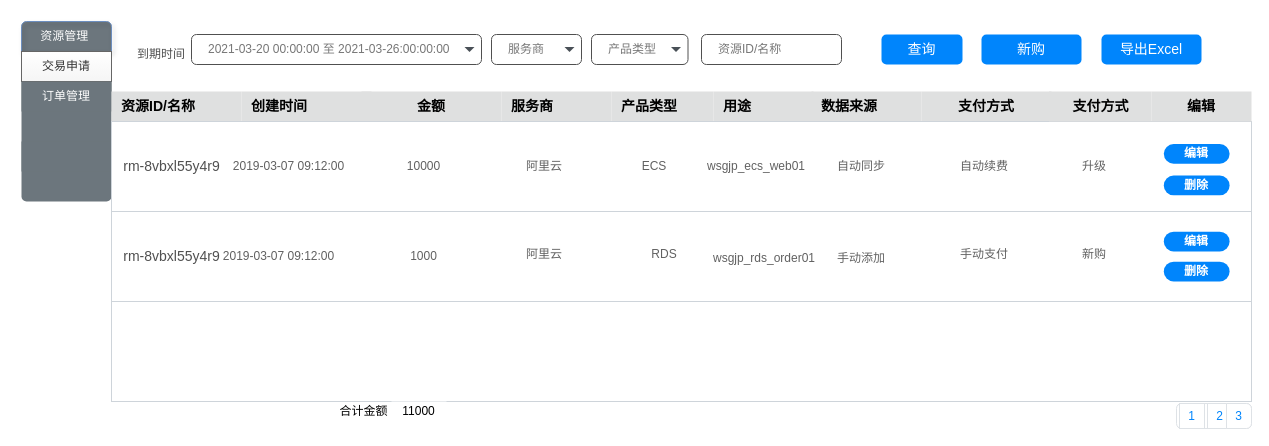
Before: page "第 2 页" (2 of 2) of 阿里云交易.drawio in mashifei/uml, a draw.io diagram. Source tidied: cells renumbered, new cells numbered last; positions are measured from the earlier drawing's top-left corner, leaving out a move shared by most shapes. Both pictures are drawn from the tidied source at 100%, with x=0, y=0 at pixel (21, 21).
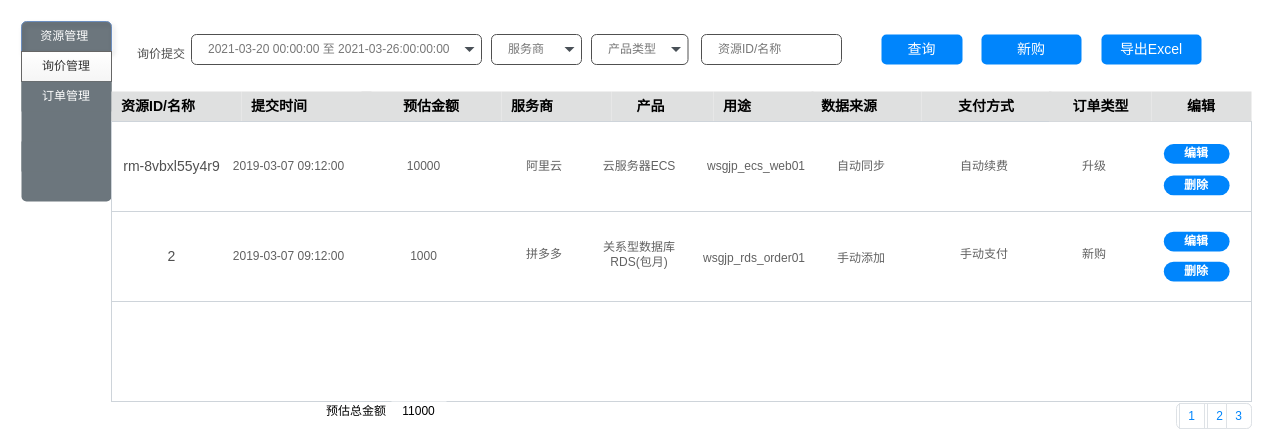
The same diagram, later.

Unchanged cells that the change refers to:
```xml
<mxCell id="2" style="html=1;shadow=0;dashed=0;shape=mxgraph.bootstrap.rrect;rSize=5;strokeColor=none;html=1;whiteSpace=wrap;fillColor=#6C767D;fontColor=#ffffff;" parent="1" vertex="1">
  <mxGeometry width="90" height="180" as="geometry" />
</mxCell>
<mxCell id="15" style="group;" parent="1" vertex="1">
  <mxGeometry x="90" y="100" width="1140" height="90" as="geometry" />
</mxCell>
<mxCell id="32" style="group;" parent="1" vertex="1">
  <mxGeometry x="100" y="10" width="841" height="33" as="geometry" />
</mxCell>
<mxCell id="43" style="group;" parent="1" vertex="1">
  <mxGeometry x="90" y="190" width="1140" height="90" as="geometry" />
</mxCell>
```

Diff of the diagram source:
```diff
@@
-    <mxCell id="4" value="交易申请" style="strokeColor=#666666;fillColor=#f5f5f5;fontColor=#333333;html=1;shadow=0;dashed=0;perimeter=none;whiteSpace=wrap;gradientColor=#ffffff;glass=0;gradientDirection=north;" parent="2" vertex="1">
+    <mxCell id="4" value="询价管理" style="strokeColor=#666666;fillColor=#f5f5f5;fontColor=#333333;html=1;shadow=0;dashed=0;perimeter=none;whiteSpace=wrap;gradientColor=#ffffff;glass=0;gradientDirection=north;" parent="2" vertex="1">
       <mxGeometry width="90" height="30" relative="1" as="geometry">
         <mxPoint y="30" as="offset" />
       </mxGeometry>
     </mxCell>
@@
-    <mxCell id="9" value="创建时间" style="rounded=0;whiteSpace=wrap;html=1;arcSize=50;strokeColor=none;strokeWidth=1;fontColor=#000000;whiteSpace=wrap;align=left;verticalAlign=middle;spacingLeft=0;fontStyle=1;fontSize=14;spacing=10;fillColor=#DFE0E0;" parent="1" vertex="1">
+    <mxCell id="9" value="提交时间" style="rounded=0;whiteSpace=wrap;html=1;arcSize=50;strokeColor=none;strokeWidth=1;fontColor=#000000;whiteSpace=wrap;align=left;verticalAlign=middle;spacingLeft=0;fontStyle=1;fontSize=14;spacing=10;fillColor=#DFE0E0;" parent="1" vertex="1">
       <mxGeometry x="220" y="70" width="130" height="30" as="geometry" />
     </mxCell>
-    <mxCell id="10" value="产品类型" style="rounded=0;whiteSpace=wrap;html=1;arcSize=50;strokeColor=none;strokeWidth=1;fontColor=#000000;whiteSpace=wrap;align=left;verticalAlign=middle;spacingLeft=0;fontStyle=1;fontSize=14;spacing=10;fillColor=#DFE0E0;" parent="1" vertex="1">
+    <mxCell id="10" value="&amp;nbsp; &amp;nbsp; 产品" style="rounded=0;whiteSpace=wrap;html=1;arcSize=50;strokeColor=none;strokeWidth=1;fontColor=#000000;whiteSpace=wrap;align=left;verticalAlign=middle;spacingLeft=0;fontStyle=1;fontSize=14;spacing=10;fillColor=#DFE0E0;" parent="1" vertex="1">
       <mxGeometry x="590" y="70" width="102" height="30" as="geometry" />
     </mxCell>
@@
-    <mxCell id="12" value="金额" style="rounded=0;whiteSpace=wrap;html=1;arcSize=50;strokeColor=none;strokeWidth=1;fontColor=#000000;whiteSpace=wrap;align=center;verticalAlign=middle;spacingLeft=0;fontStyle=1;fontSize=14;spacing=10;fillColor=#DFE0E0;" parent="1" vertex="1">
+    <mxCell id="12" value="预估金额" style="rounded=0;whiteSpace=wrap;html=1;arcSize=50;strokeColor=none;strokeWidth=1;fontColor=#000000;whiteSpace=wrap;align=center;verticalAlign=middle;spacingLeft=0;fontStyle=1;fontSize=14;spacing=10;fillColor=#DFE0E0;" parent="1" vertex="1">
       <mxGeometry x="340" y="70" width="140" height="30" as="geometry" />
     </mxCell>
@@
-    <mxCell id="21" value="ECS" style="text;strokeColor=none;fillColor=none;align=center;verticalAlign=middle;whiteSpace=wrap;rounded=0;shadow=0;dashed=0;sketch=0;fontSize=12;fontColor=#505050;spacing=2;textOpacity=90;" parent="15" vertex="1">
-      <mxGeometry x="510" y="22.5" width="65.8" height="45" as="geometry" />
+    <mxCell id="21" value="云服务器ECS" style="text;strokeColor=none;fillColor=none;align=center;verticalAlign=middle;whiteSpace=wrap;rounded=0;shadow=0;dashed=0;sketch=0;fontSize=12;fontColor=#505050;spacing=2;textOpacity=90;" parent="15" vertex="1">
+      <mxGeometry x="480" y="22.5" width="95.8" height="45" as="geometry" />
     </mxCell>
@@
-    <mxCell id="35" value="到期时间" style="text;html=1;strokeColor=none;fillColor=none;align=center;verticalAlign=middle;whiteSpace=wrap;rounded=0;shadow=0;dashed=0;sketch=0;fontSize=12;fontColor=#505050;" parent="32" vertex="1">
+    <mxCell id="35" value="询价提交" style="text;html=1;strokeColor=none;fillColor=none;align=center;verticalAlign=middle;whiteSpace=wrap;rounded=0;shadow=0;dashed=0;sketch=0;fontSize=12;fontColor=#505050;" parent="32" vertex="1">
       <mxGeometry y="13" width="80" height="20" as="geometry" />
     </mxCell>
@@
-    <mxCell id="45" value="rm-8vbxl55y4r9" style="text;strokeColor=none;fillColor=none;align=center;verticalAlign=middle;whiteSpace=wrap;rounded=0;shadow=0;dashed=0;sketch=0;fontSize=14;fontColor=#505050;" parent="43" vertex="1">
+    <mxCell id="45" value="2" style="text;strokeColor=none;fillColor=none;align=center;verticalAlign=middle;whiteSpace=wrap;rounded=0;shadow=0;dashed=0;sketch=0;fontSize=14;fontColor=#505050;" parent="43" vertex="1">
       <mxGeometry y="22.5" width="120.6" height="45" as="geometry" />
     </mxCell>
     <mxCell id="46" value="2019-03-07 09:12:00" style="text;strokeColor=none;fillColor=none;align=center;verticalAlign=middle;whiteSpace=wrap;rounded=0;shadow=0;dashed=0;sketch=0;fontSize=12;fontColor=#505050;spacing=2;textOpacity=90;" parent="43" vertex="1">
-      <mxGeometry x="80" y="22.5" width="175.4" height="45" as="geometry" />
+      <mxGeometry x="90" y="22.5" width="175.4" height="45" as="geometry" />
     </mxCell>
@@
-    <mxCell id="48" value="阿里云" style="text;strokeColor=none;fillColor=none;align=center;verticalAlign=middle;whiteSpace=wrap;rounded=0;shadow=0;dashed=0;sketch=0;fontSize=12;fontColor=#505050;spacing=2;textOpacity=90;" parent="43" vertex="1">
+    <mxCell id="48" value="拼多多" style="text;strokeColor=none;fillColor=none;align=center;verticalAlign=middle;whiteSpace=wrap;rounded=0;shadow=0;dashed=0;sketch=0;fontSize=12;fontColor=#505050;spacing=2;textOpacity=90;" parent="43" vertex="1">
       <mxGeometry x="400" y="20.1" width="65.8" height="45" as="geometry" />
     </mxCell>
-    <mxCell id="49" value="RDS" style="text;strokeColor=none;fillColor=none;align=center;verticalAlign=middle;whiteSpace=wrap;rounded=0;shadow=0;dashed=0;sketch=0;fontSize=12;fontColor=#505050;spacing=2;textOpacity=90;" parent="43" vertex="1">
-      <mxGeometry x="520" y="20.1" width="65.8" height="45" as="geometry" />
+    <mxCell id="49" value="关系型数据库RDS(包月)" style="text;strokeColor=none;fillColor=none;align=center;verticalAlign=middle;whiteSpace=wrap;rounded=0;shadow=0;dashed=0;sketch=0;fontSize=12;fontColor=#505050;spacing=2;textOpacity=90;" parent="43" vertex="1">
+      <mxGeometry x="480" y="20.1" width="95.8" height="45" as="geometry" />
     </mxCell>
     <mxCell id="50" value="wsgjp_rds_order01" style="text;strokeColor=none;fillColor=none;align=center;verticalAlign=middle;whiteSpace=wrap;rounded=0;shadow=0;dashed=0;sketch=0;fontSize=12;fontColor=#505050;spacing=2;textOpacity=90;" parent="43" vertex="1">
-      <mxGeometry x="620" y="24.9" width="65.8" height="45" as="geometry" />
+      <mxGeometry x="610" y="24.9" width="65.8" height="45" as="geometry" />
     </mxCell>
@@
-    <mxCell id="57" value="支付方式" style="rounded=0;whiteSpace=wrap;html=1;arcSize=50;strokeColor=none;strokeWidth=1;fontColor=#000000;whiteSpace=wrap;align=center;verticalAlign=middle;spacingLeft=0;fontStyle=1;fontSize=14;spacing=10;fillColor=#DFE0E0;" parent="1" vertex="1">
+    <mxCell id="57" value="订单类型" style="rounded=0;whiteSpace=wrap;html=1;arcSize=50;strokeColor=none;strokeWidth=1;fontColor=#000000;whiteSpace=wrap;align=center;verticalAlign=middle;spacingLeft=0;fontStyle=1;fontSize=14;spacing=10;fillColor=#DFE0E0;" parent="1" vertex="1">
       <mxGeometry x="1027.5" y="70" width="102.5" height="30" as="geometry" />
     </mxCell>
@@
-    <mxCell id="60" value="合计金额" style="text;html=1;strokeColor=none;fillColor=none;align=center;verticalAlign=middle;whiteSpace=wrap;rounded=0;shadow=0;glass=0;" parent="1" vertex="1">
-      <mxGeometry x="315" y="380" width="55" height="20" as="geometry" />
+    <mxCell id="60" value="预估总金额" style="text;html=1;strokeColor=none;fillColor=none;align=center;verticalAlign=middle;whiteSpace=wrap;rounded=0;shadow=0;glass=0;" parent="1" vertex="1">
+      <mxGeometry x="300" y="380" width="70" height="20" as="geometry" />
     </mxCell>
```
